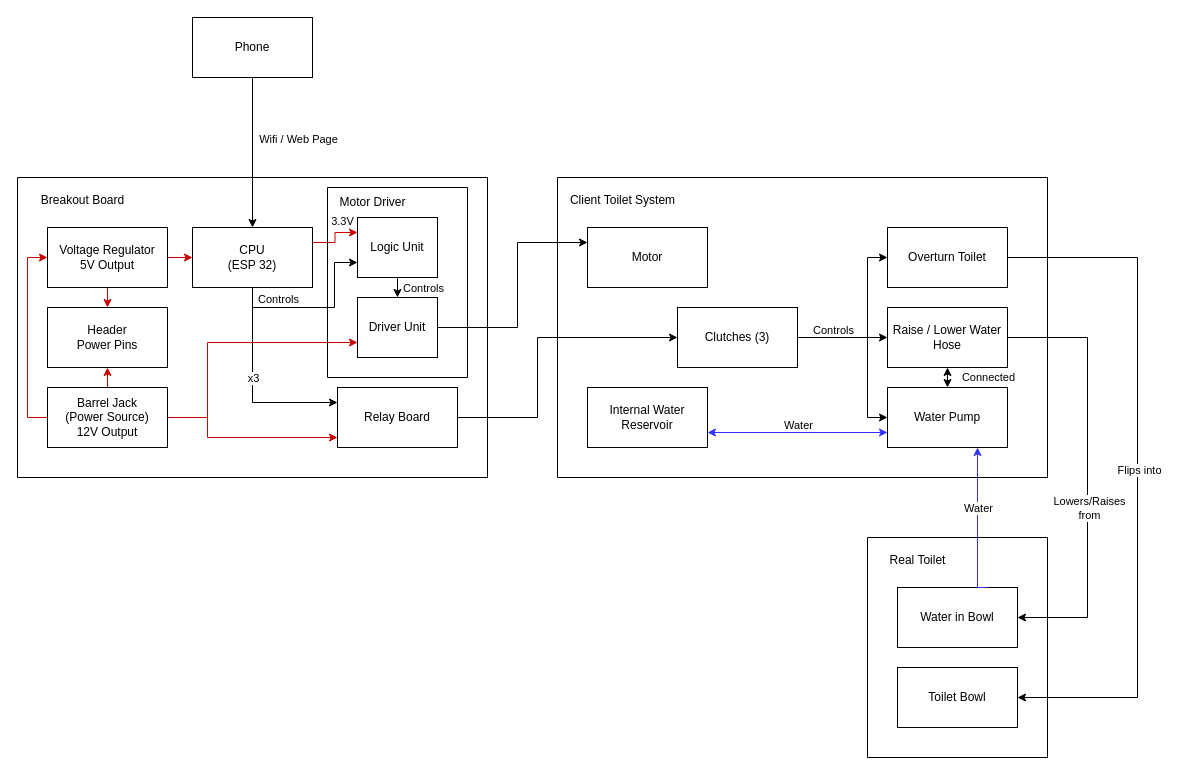
This is Breakout Board Block Diagram.drawio from AHNox/TTB-KiCAD-FIles, a draw.io file, before an edit. Source tidied: cells renumbered, new cells numbered last; positions are measured from the earlier drawing's top-left corner, leaving out a move shared by most shapes. Both pictures are drawn from the tidied source at 100%, with x=0, y=0 at pixel (17, 17).
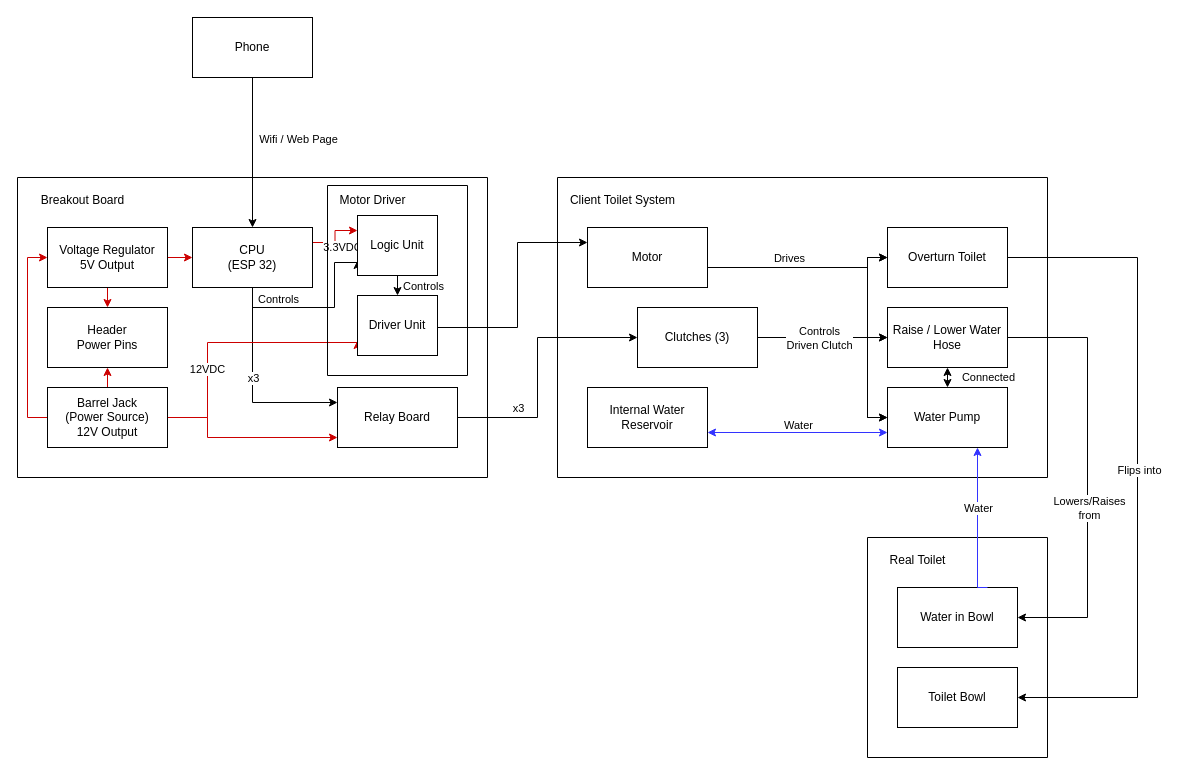
The same diagram, later.

The change refers to these unchanged cells:
```xml
<mxCell id="2" style="swimlane;startSize=0;" parent="1" vertex="1">
  <mxGeometry y="160" width="470" height="300" as="geometry" />
</mxCell>
<mxCell id="12" style="edgeStyle=orthogonalEdgeStyle;rounded=0;jettySize=auto;html=1;exitX=1;exitY=0.25;exitDx=0;exitDy=0;entryX=0;entryY=0.25;entryDx=0;entryDy=0;strokeColor=#CC0000;" parent="2" edge="1" source="14" target="24">
  <mxGeometry relative="1" as="geometry" />
</mxCell>
<mxCell id="19" style="edgeStyle=orthogonalEdgeStyle;rounded=0;jettySize=auto;html=1;exitX=1;exitY=0.5;exitDx=0;exitDy=0;entryX=0;entryY=0.75;entryDx=0;entryDy=0;strokeColor=#CC0000;" parent="2" edge="1" source="20" target="26">
  <mxGeometry relative="1" as="geometry">
    <Array as="points">
      <mxPoint x="190" y="240" />
      <mxPoint x="190" y="165" />
    </Array>
  </mxGeometry>
</mxCell>
<mxCell id="27" style="swimlane;startSize=0;" parent="1" vertex="1">
  <mxGeometry x="540" y="160" width="490" height="300" as="geometry" />
</mxCell>
<mxCell id="29" value="Motor" style="rounded=0;whiteSpace=wrap;html=1;" parent="27" vertex="1">
  <mxGeometry x="30" y="50" width="120" height="60" as="geometry" />
</mxCell>
<mxCell id="30" value="Overturn Toilet" style="rounded=0;whiteSpace=wrap;html=1;" parent="27" vertex="1">
  <mxGeometry x="330" y="50" width="120" height="60" as="geometry" />
</mxCell>
<mxCell id="33" value="Raise / Lower Water Hose" style="rounded=0;whiteSpace=wrap;html=1;" parent="27" vertex="1">
  <mxGeometry x="330" y="130" width="120" height="60" as="geometry" />
</mxCell>
<mxCell id="36" value="Water Pump" style="rounded=0;whiteSpace=wrap;html=1;" parent="27" vertex="1">
  <mxGeometry x="330" y="210" width="120" height="60" as="geometry" />
</mxCell>
<mxCell id="39" style="edgeStyle=orthogonalEdgeStyle;rounded=0;jettySize=auto;html=1;exitX=1;exitY=0.5;exitDx=0;exitDy=0;entryX=0;entryY=0.5;entryDx=0;entryDy=0;" parent="27" edge="1" source="41" target="36">
  <mxGeometry relative="1" as="geometry">
    <Array as="points">
      <mxPoint x="310" y="160" />
      <mxPoint x="310" y="240" />
    </Array>
  </mxGeometry>
</mxCell>
<mxCell id="48" style="edgeStyle=orthogonalEdgeStyle;rounded=0;jettySize=auto;html=1;exitX=1;exitY=0.5;exitDx=0;exitDy=0;entryX=0;entryY=0.5;entryDx=0;entryDy=0;" parent="1" edge="1" source="3" target="41">
  <mxGeometry relative="1" as="geometry">
    <Array as="points">
      <mxPoint x="520" y="400" />
      <mxPoint x="520" y="320" />
    </Array>
  </mxGeometry>
</mxCell>
```

What changed in the source:
```diff
@@
-    <mxCell id="13" value="3.3V" style="edgeLabel;html=1;align=center;verticalAlign=middle;" parent="12" vertex="1">
+    <mxCell id="13" value="3.3VDC" style="edgeLabel;html=1;align=center;verticalAlign=middle;" parent="12" vertex="1">
       <mxGeometry x="-0.11" relative="1" as="geometry">
-        <mxPoint x="7" y="-20" as="offset" />
+        <mxPoint x="7" y="7" as="offset" />
       </mxGeometry>
     </mxCell>
@@
+    <mxCell id="58" value="12VDC" style="edgeLabel;html=1;align=center;verticalAlign=middle;" parent="19" vertex="1">
+      <mxGeometry x="-0.33" y="1" relative="1" as="geometry" />
+    </mxCell>
@@
     <mxCell id="21" style="swimlane;startSize=0;" parent="2" vertex="1">
-      <mxGeometry x="310" y="10" width="140" height="190" as="geometry" />
+      <mxGeometry x="310" y="8" width="140" height="190" as="geometry" />
     </mxCell>
@@
+    <mxCell id="59" style="edgeStyle=orthogonalEdgeStyle;rounded=0;jettySize=auto;html=1;exitX=1;exitY=0.5;exitDx=0;exitDy=0;entryX=0;entryY=0.5;entryDx=0;entryDy=0;" parent="27" edge="1" source="29" target="30">
+      <mxGeometry relative="1" as="geometry">
+        <Array as="points">
+          <mxPoint x="150" y="90" />
+          <mxPoint x="310" y="90" />
+          <mxPoint x="310" y="80" />
+        </Array>
+      </mxGeometry>
+    </mxCell>
+    <mxCell id="60" style="edgeStyle=orthogonalEdgeStyle;rounded=0;jettySize=auto;html=1;exitX=1;exitY=0.75;exitDx=0;exitDy=0;entryX=0;entryY=0.5;entryDx=0;entryDy=0;" parent="27" edge="1" source="29" target="33">
+      <mxGeometry relative="1" as="geometry">
+        <Array as="points">
+          <mxPoint x="150" y="90" />
+          <mxPoint x="310" y="90" />
+          <mxPoint x="310" y="160" />
+        </Array>
+      </mxGeometry>
+    </mxCell>
+    <mxCell id="61" style="edgeStyle=orthogonalEdgeStyle;rounded=0;jettySize=auto;html=1;exitX=1;exitY=0.5;exitDx=0;exitDy=0;entryX=0;entryY=0.5;entryDx=0;entryDy=0;" parent="27" edge="1" source="29" target="36">
+      <mxGeometry relative="1" as="geometry">
+        <Array as="points">
+          <mxPoint x="150" y="90" />
+          <mxPoint x="310" y="90" />
+          <mxPoint x="310" y="240" />
+        </Array>
+      </mxGeometry>
+    </mxCell>
+    <mxCell id="62" value="Drives" style="edgeLabel;html=1;align=center;verticalAlign=middle;" parent="61" vertex="1">
+      <mxGeometry x="-0.42" y="3" relative="1" as="geometry">
+        <mxPoint x="-8" y="-7" as="offset" />
+      </mxGeometry>
+    </mxCell>
@@
-    <mxCell id="40" value="Controls" style="edgeLabel;html=1;align=center;verticalAlign=middle;" parent="39" vertex="1">
+    <mxCell id="40" value="Controls&lt;div&gt;Driven Clutch&lt;/div&gt;" style="edgeLabel;html=1;align=center;verticalAlign=middle;" parent="39" vertex="1">
       <mxGeometry x="-0.66" y="1" relative="1" as="geometry">
-        <mxPoint x="6" y="-7" as="offset" />
+        <mxPoint x="25" y="1" as="offset" />
       </mxGeometry>
     </mxCell>
     <mxCell id="41" value="Clutches (3)" style="rounded=0;whiteSpace=wrap;html=1;" parent="27" vertex="1">
-      <mxGeometry x="120" y="130" width="120" height="60" as="geometry" />
+      <mxGeometry x="80" y="130" width="120" height="60" as="geometry" />
     </mxCell>
@@
+    <mxCell id="63" value="x3" style="edgeLabel;html=1;align=center;verticalAlign=middle;" parent="48" vertex="1">
+      <mxGeometry x="-0.27" y="6" relative="1" as="geometry">
+        <mxPoint x="-14" y="5" as="offset" />
+      </mxGeometry>
+    </mxCell>
```
